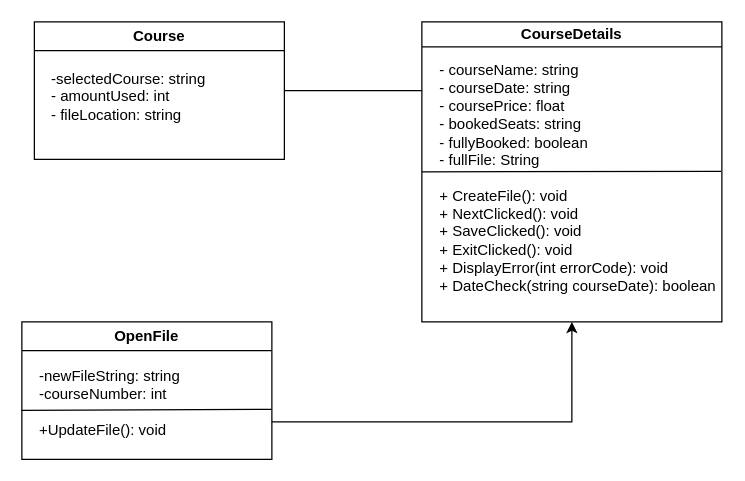
This is class diagram of app.drawio from AlenKrga/CourseBookingDFD, a draw.io file, before an edit. Source tidied: cells renumbered, new cells numbered last; positions are measured from the earlier drawing's top-left corner, leaving out a move shared by most shapes. Both pictures are drawn from the tidied source at 125%, with x=0, y=0 at pixel (21, 21).
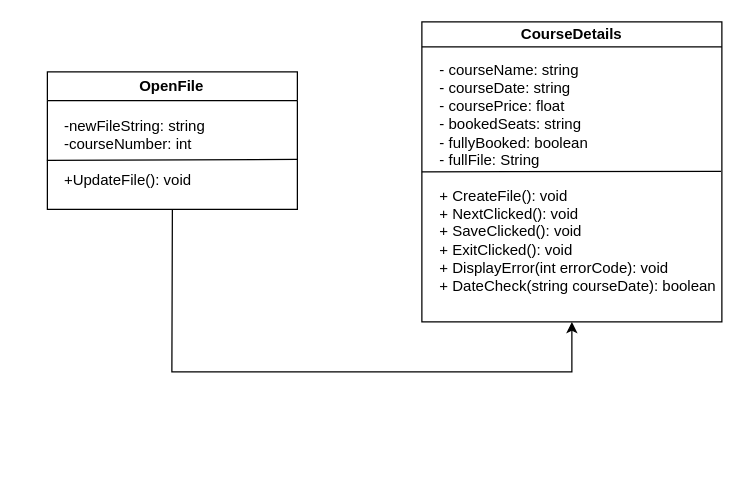
After the change.

Commit message:
OpenFile - CourseDetails - 2 boxes.drawio

Diff of the diagram source:
```diff
@@
 <mxGraphModel>
   <root>
     <mxCell id="0" />
     <mxCell id="1" parent="0" />
-    <mxCell id="2" value="Course" style="swimlane;whiteSpace=wrap;html=1;" parent="1" vertex="1">
-      <mxGeometry x="10" width="200" height="110" as="geometry" />
-    </mxCell>
-    <mxCell id="3" value="&lt;div style=&quot;text-align: left;&quot;&gt;&lt;span style=&quot;background-color: initial;&quot;&gt;-selectedCourse: string&lt;/span&gt;&lt;/div&gt;&lt;div style=&quot;text-align: left;&quot;&gt;&lt;span style=&quot;background-color: initial;&quot;&gt;- amountUsed: int&lt;/span&gt;&lt;/div&gt;&lt;div style=&quot;text-align: left;&quot;&gt;&lt;span style=&quot;background-color: initial;&quot;&gt;- fileLocation: string&lt;/span&gt;&lt;/div&gt;" style="text;html=1;align=center;verticalAlign=middle;strokeColor=none;fillColor=none;" parent="2" vertex="1">
-      <mxGeometry y="30" width="150" height="60" as="geometry" />
-    </mxCell>
     <mxCell id="4" value="CourseDetails" style="swimlane;whiteSpace=wrap;html=1;startSize=20;" parent="1" vertex="1">
       <mxGeometry x="320" width="240" height="240" as="geometry" />
     </mxCell>
     <mxCell id="5" value="&lt;div style=&quot;text-align: left;&quot;&gt;&lt;span style=&quot;background-color: initial;&quot;&gt;- courseName: string&lt;/span&gt;&lt;/div&gt;&lt;div style=&quot;text-align: left;&quot;&gt;&lt;span style=&quot;background-color: initial;&quot;&gt;- courseDate: string&lt;/span&gt;&lt;/div&gt;&lt;div style=&quot;text-align: left;&quot;&gt;&lt;span style=&quot;background-color: initial;&quot;&gt;- coursePrice: float&lt;/span&gt;&lt;/div&gt;&lt;div style=&quot;text-align: left;&quot;&gt;&lt;span style=&quot;background-color: initial;&quot;&gt;- bookedSeats: string&lt;/span&gt;&lt;/div&gt;&lt;div style=&quot;text-align: left;&quot;&gt;&lt;span style=&quot;background-color: initial;&quot;&gt;- fullyBooked: boolean&lt;/span&gt;&lt;/div&gt;&lt;div style=&quot;text-align: left;&quot;&gt;&lt;span style=&quot;background-color: initial;&quot;&gt;- fullFile: String&lt;/span&gt;&lt;/div&gt;&lt;div style=&quot;text-align: left;&quot;&gt;&lt;br&gt;&lt;/div&gt;&lt;div style=&quot;text-align: left;&quot;&gt;&lt;span style=&quot;background-color: initial;&quot;&gt;+ CreateFile(): void&lt;/span&gt;&lt;/div&gt;&lt;div style=&quot;text-align: left;&quot;&gt;&lt;span style=&quot;background-color: initial;&quot;&gt;+ NextClicked(): void&lt;/span&gt;&lt;/div&gt;&lt;div style=&quot;text-align: left;&quot;&gt;&lt;span style=&quot;background-color: initial;&quot;&gt;+ SaveClicked(): void&lt;/span&gt;&lt;/div&gt;&lt;div style=&quot;text-align: left;&quot;&gt;&lt;span style=&quot;background-color: initial;&quot;&gt;+ ExitClicked(): void&lt;/span&gt;&lt;/div&gt;&lt;div style=&quot;text-align: left;&quot;&gt;&lt;span style=&quot;background-color: initial;&quot;&gt;+ DisplayError(int errorCode): void&lt;/span&gt;&lt;/div&gt;&lt;div style=&quot;text-align: left;&quot;&gt;&lt;span style=&quot;background-color: initial;&quot;&gt;+ DateCheck(string courseDate): boolean&lt;/span&gt;&lt;/div&gt;" style="text;html=1;strokeColor=none;fillColor=none;align=center;verticalAlign=middle;whiteSpace=wrap;rounded=0;" parent="4" vertex="1">
       <mxGeometry x="10" y="110" width="230" height="30" as="geometry" />
     </mxCell>
     <mxCell id="6" style="endArrow=none;html=1;rounded=0;exitX=0.997;exitY=0.319;exitDx=0;exitDy=0;entryX=0;entryY=0.5;entryDx=0;entryDy=0;exitPerimeter=0;" parent="4" edge="1" source="5" target="4">
       <mxGeometry relative="1" as="geometry" />
     </mxCell>
-    <mxCell id="7" style="endArrow=none;html=1;rounded=0;exitX=1;exitY=0.5;exitDx=0;exitDy=0;" parent="1" edge="1" source="2">
-      <mxGeometry relative="1" as="geometry">
-        <mxPoint x="320" y="55" as="targetPoint" />
-      </mxGeometry>
-    </mxCell>
     <mxCell id="8" value="OpenFile" style="swimlane;whiteSpace=wrap;html=1;" parent="1" vertex="1">
-      <mxGeometry y="240" width="200" height="110" as="geometry" />
+      <mxGeometry x="20.4" y="40" width="200" height="110" as="geometry" />
     </mxCell>
     <mxCell id="9" value="&lt;div style=&quot;text-align: left;&quot;&gt;-newFileString: string&lt;/div&gt;&lt;div style=&quot;text-align: left;&quot;&gt;-courseNumber: int&lt;/div&gt;&lt;div style=&quot;text-align: left;&quot;&gt;&lt;br&gt;&lt;/div&gt;&lt;div style=&quot;text-align: left;&quot;&gt;+UpdateFile(): void&lt;/div&gt;" style="text;html=1;align=center;verticalAlign=middle;points=[];strokeColor=none;fillColor=none;" parent="8" vertex="1">
       <mxGeometry y="30" width="140" height="70" as="geometry" />
     </mxCell>
     <mxCell id="10" style="endArrow=none;html=1;rounded=0;exitX=-0.003;exitY=0.583;exitDx=0;exitDy=0;exitPerimeter=0;" parent="1" edge="1" source="9">
       <mxGeometry relative="1" as="geometry">
-        <mxPoint x="200" y="310" as="targetPoint" />
+        <mxPoint x="220.4" y="110" as="targetPoint" />
       </mxGeometry>
     </mxCell>
-    <mxCell id="11" style="endArrow=classic;html=1;rounded=0;entryX=0.5;entryY=1;entryDx=0;entryDy=0;" parent="1" edge="1" target="4">
+    <mxCell id="11" style="endArrow=classic;html=1;rounded=0;entryX=0.5;entryY=1;entryDx=0;entryDy=0;exitX=0.5;exitY=1;exitDx=0;exitDy=0;" parent="1" edge="1" source="8" target="4">
       <mxGeometry relative="1" as="geometry">
-        <mxPoint x="200" y="320" as="sourcePoint" />
         <Array as="points">
-          <mxPoint x="440" y="320" />
+          <mxPoint x="120" y="280" />
+          <mxPoint x="440" y="280" />
         </Array>
       </mxGeometry>
     </mxCell>
   </root>
 </mxGraphModel>
```
